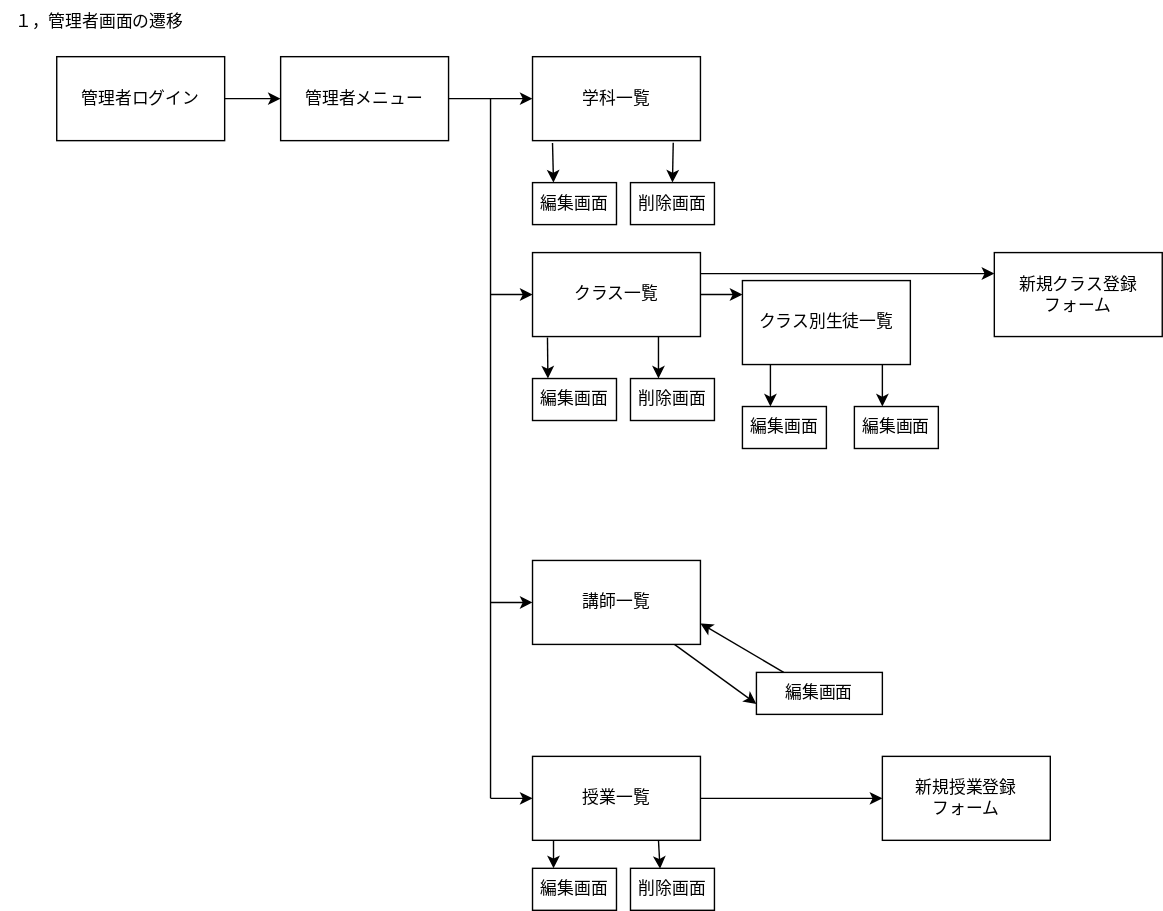
Before: teamG3.drawio.svg, a diagram exported from draw.io (Skypeace8585/uml-introduction). Source tidied: cells renumbered, new cells last; positions are measured from the earlier drawing's top-left corner, leaving out a move shared by most shapes.
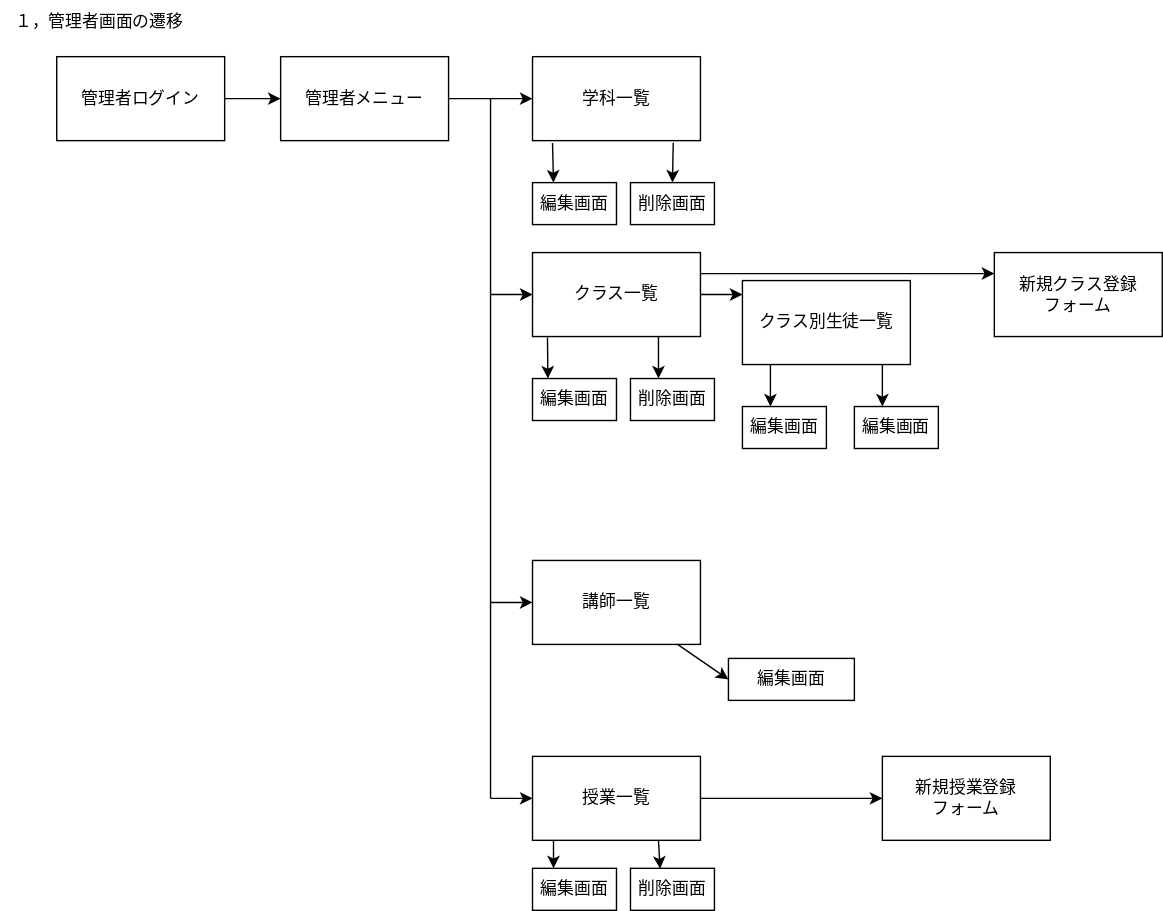
After the change.

Diff of the diagram source:
```diff
@@ -20,7 +20,7 @@
     <mxCell id="7" value="学科一覧" style="rounded=0;whiteSpace=wrap;html=1;" parent="1" vertex="1">
       <mxGeometry x="380" y="40" width="120" height="60" as="geometry" />
     </mxCell>
-    <mxCell id="8" style="edgeStyle=none;html=1;entryX=0;entryY=0.75;entryDx=0;entryDy=0;" parent="1" edge="1" source="9" target="19">
+    <mxCell id="8" style="edgeStyle=none;html=1;entryX=0;entryY=0.5;entryDx=0;entryDy=0;" parent="1" edge="1" source="9" target="19">
       <mxGeometry relative="1" as="geometry" />
     </mxCell>
     <mxCell id="9" value="講師一覧" style="rounded=0;whiteSpace=wrap;html=1;" parent="1" vertex="1">
@@ -63,11 +63,8 @@
     <mxCell id="17" value="編集画面" style="rounded=0;whiteSpace=wrap;html=1;" parent="1" vertex="1">
       <mxGeometry x="380" y="270" width="60" height="30" as="geometry" />
     </mxCell>
-    <mxCell id="18" style="edgeStyle=none;html=1;entryX=1;entryY=0.75;entryDx=0;entryDy=0;" parent="1" edge="1" source="19" target="9">
-      <mxGeometry relative="1" as="geometry" />
-    </mxCell>
     <mxCell id="19" value="編集画面" style="rounded=0;whiteSpace=wrap;html=1;" parent="1" vertex="1">
-      <mxGeometry x="540" y="480" width="90" height="30" as="geometry" />
+      <mxGeometry x="520" y="470" width="90" height="30" as="geometry" />
     </mxCell>
     <mxCell id="20" style="edgeStyle=none;html=1;" parent="1" edge="1" source="21">
       <mxGeometry relative="1" as="geometry">
```
